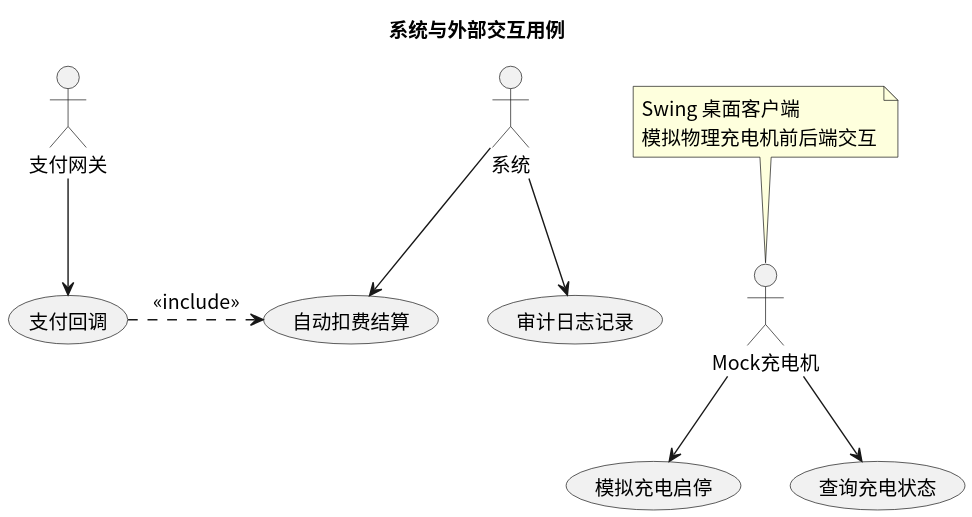
The PlantUML diagram usecase/docs/overview/img/external_usecases.svg in greenhandzdl/charging-station-doc, before a commit. The source it was exported from:
```plantuml
@startuml
skinparam defaultFontName "Noto Sans CJK SC"
skinparam defaultFontSize 14
title 系统与外部交互用例
skinparam useCaseShape rectangle

actor "支付网关" as P
actor "系统" as S
actor "Mock充电机" as MC

usecase "支付回调" as CB
usecase "自动扣费结算" as AUTO
usecase "审计日志记录" as AUDIT
usecase "模拟充电启停" as MCS
usecase "查询充电状态" as QC_CM

P --> CB
S --> AUTO
S --> AUDIT
MC --> MCS
MC --> QC_CM
note top of MC : Swing 桌面客户端\n模拟物理充电机前后端交互

AUTO <.left. CB : <<include>>
@enduml
```
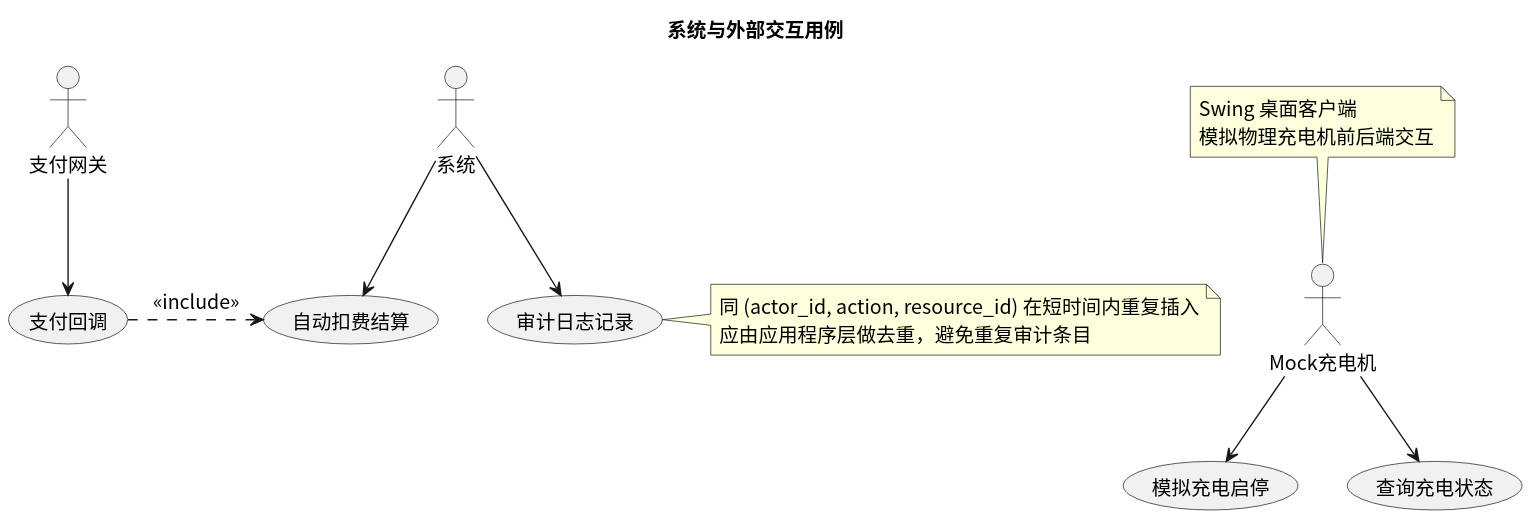
Later version of the same file.

Diff of the diagram source:
```diff
@@ -11,6 +11,8 @@
 usecase "支付回调" as CB
 usecase "自动扣费结算" as AUTO
 usecase "审计日志记录" as AUDIT
+
+note right of AUDIT : 同 (actor_id, action, resource_id) 在短时间内重复插入\n应由应用程序层做去重，避免重复审计条目
 usecase "模拟充电启停" as MCS
 usecase "查询充电状态" as QC_CM
 
```
